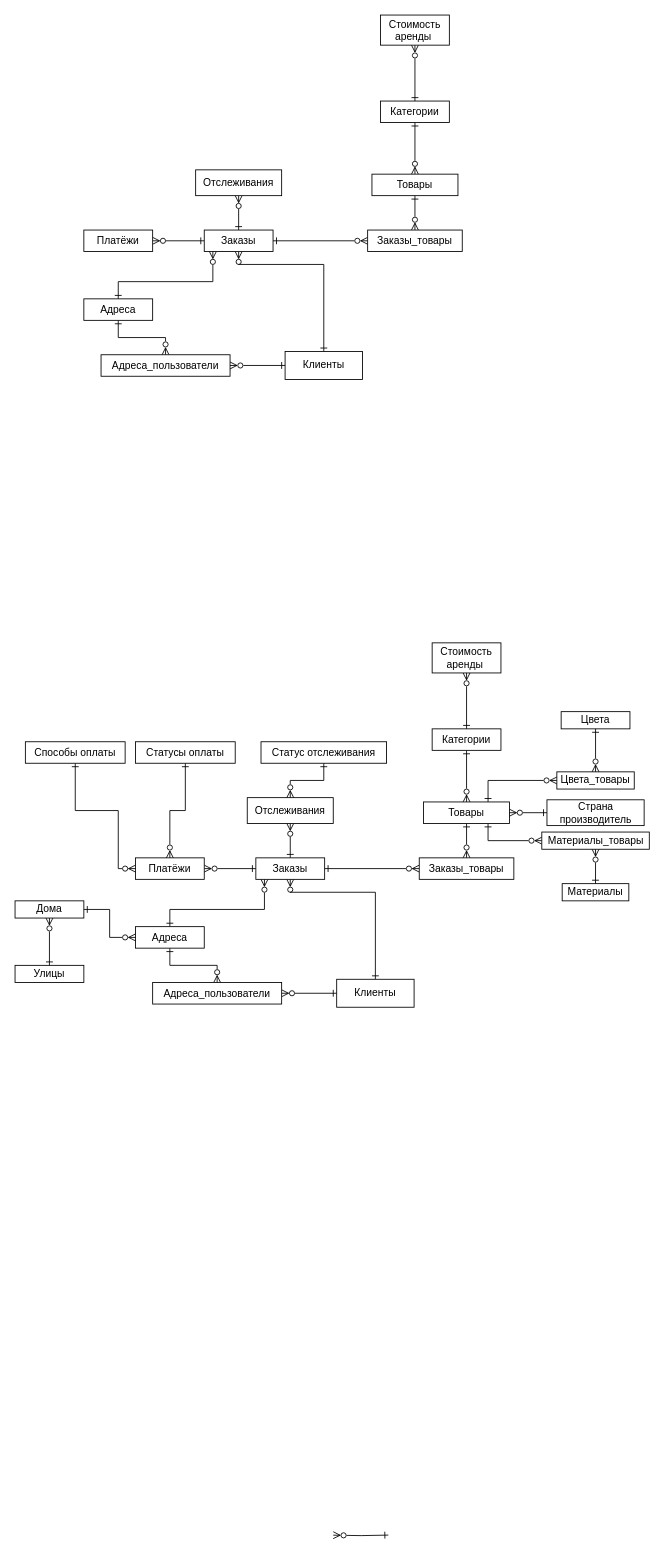
The draw.io diagram СхемаБД.drawio in DanilaMalkin/FUrent, before the edit. Source tidied: cells renumbered, new cells numbered last; positions are measured from the earlier drawing's top-left corner, leaving out a move shared by most shapes. Both pictures are drawn from the tidied source at 86%, with x=0, y=0 at pixel (15, 15).
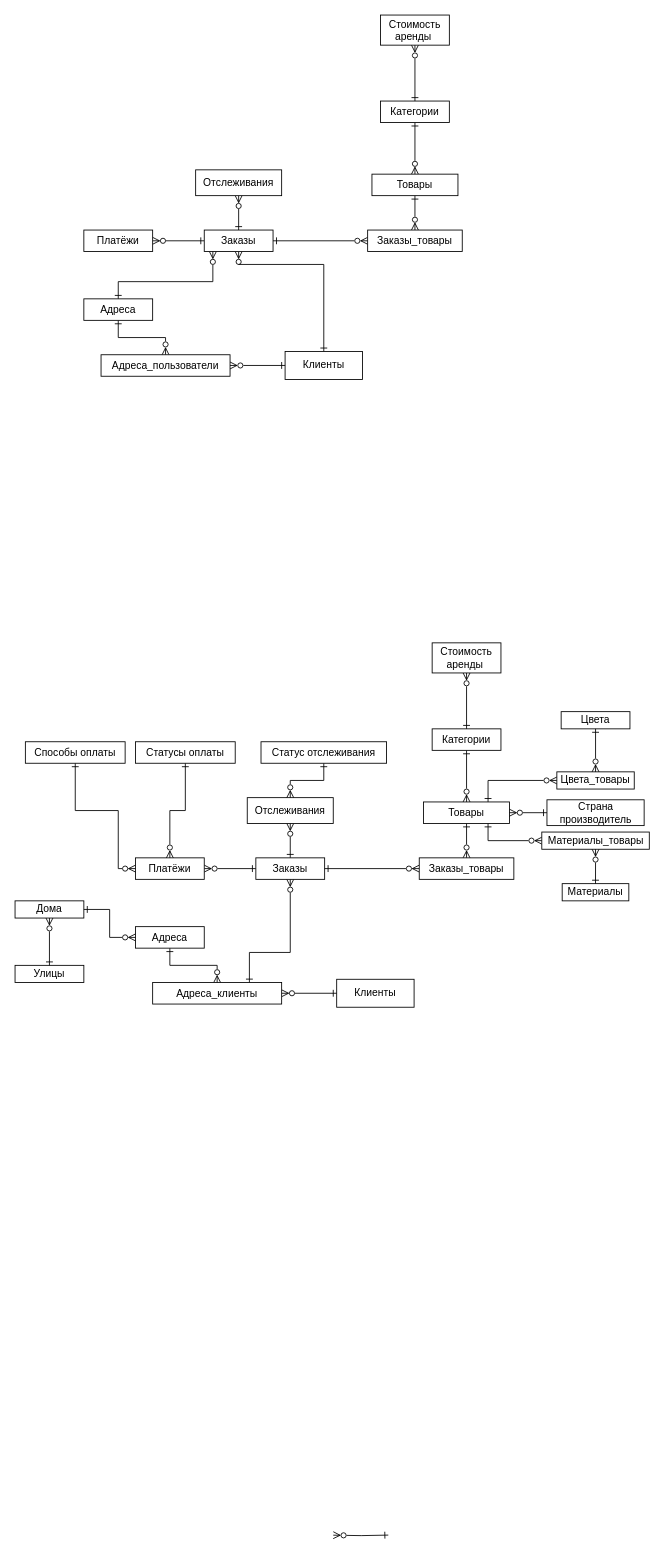
Above is the later version.

The change refers to these unchanged cells:
```xml
<mxCell id="23" value="Клиенты" style="rounded=0;whiteSpace=wrap;html=1;" parent="1" vertex="1">
  <mxGeometry x="374" y="1121.2" width="90" height="32.5" as="geometry" />
</mxCell>
<mxCell id="26" value="Адреса" style="rounded=0;whiteSpace=wrap;html=1;" parent="1" vertex="1">
  <mxGeometry x="140" y="1060" width="80" height="25" as="geometry" />
</mxCell>
<mxCell id="30" value="Заказы" style="rounded=0;whiteSpace=wrap;html=1;" parent="1" vertex="1">
  <mxGeometry x="280" y="980" width="80" height="25" as="geometry" />
</mxCell>
```

Change to the diagram source:
```diff
@@
-    <mxCell id="22" style="edgeStyle=orthogonalEdgeStyle;rounded=0;jettySize=auto;html=1;endArrow=ERzeroToMany;endFill=0;startArrow=ERone;startFill=0;" parent="1" edge="1" source="23" target="30">
+    <mxCell id="22" style="edgeStyle=orthogonalEdgeStyle;rounded=0;jettySize=auto;html=1;endArrow=ERzeroToMany;endFill=0;startArrow=ERone;startFill=0;exitX=0.75;exitY=0;exitDx=0;exitDy=0;" parent="1" edge="1" source="40" target="30">
       <mxGeometry relative="1" as="geometry">
         <Array as="points">
-          <mxPoint x="419" y="1020" />
-          <mxPoint x="320" y="1020" />
+          <mxPoint x="273" y="1090" />
+          <mxPoint x="320" y="1090" />
         </Array>
       </mxGeometry>
     </mxCell>
@@
-    <mxCell id="24" style="edgeStyle=orthogonalEdgeStyle;rounded=0;jettySize=auto;html=1;startArrow=ERone;startFill=0;endArrow=ERzeroToMany;endFill=0;" parent="1" edge="1" source="26" target="30">
-      <mxGeometry relative="1" as="geometry">
-        <Array as="points">
-          <mxPoint x="180" y="1040" />
-          <mxPoint x="290" y="1040" />
-        </Array>
-      </mxGeometry>
-    </mxCell>
@@
-    <mxCell id="40" value="Адреса_пользователи" style="rounded=0;whiteSpace=wrap;html=1;" parent="1" vertex="1">
+    <mxCell id="40" value="Адреса_клиенты" style="rounded=0;whiteSpace=wrap;html=1;" parent="1" vertex="1">
       <mxGeometry x="160" y="1125" width="150" height="25" as="geometry" />
     </mxCell>
```
